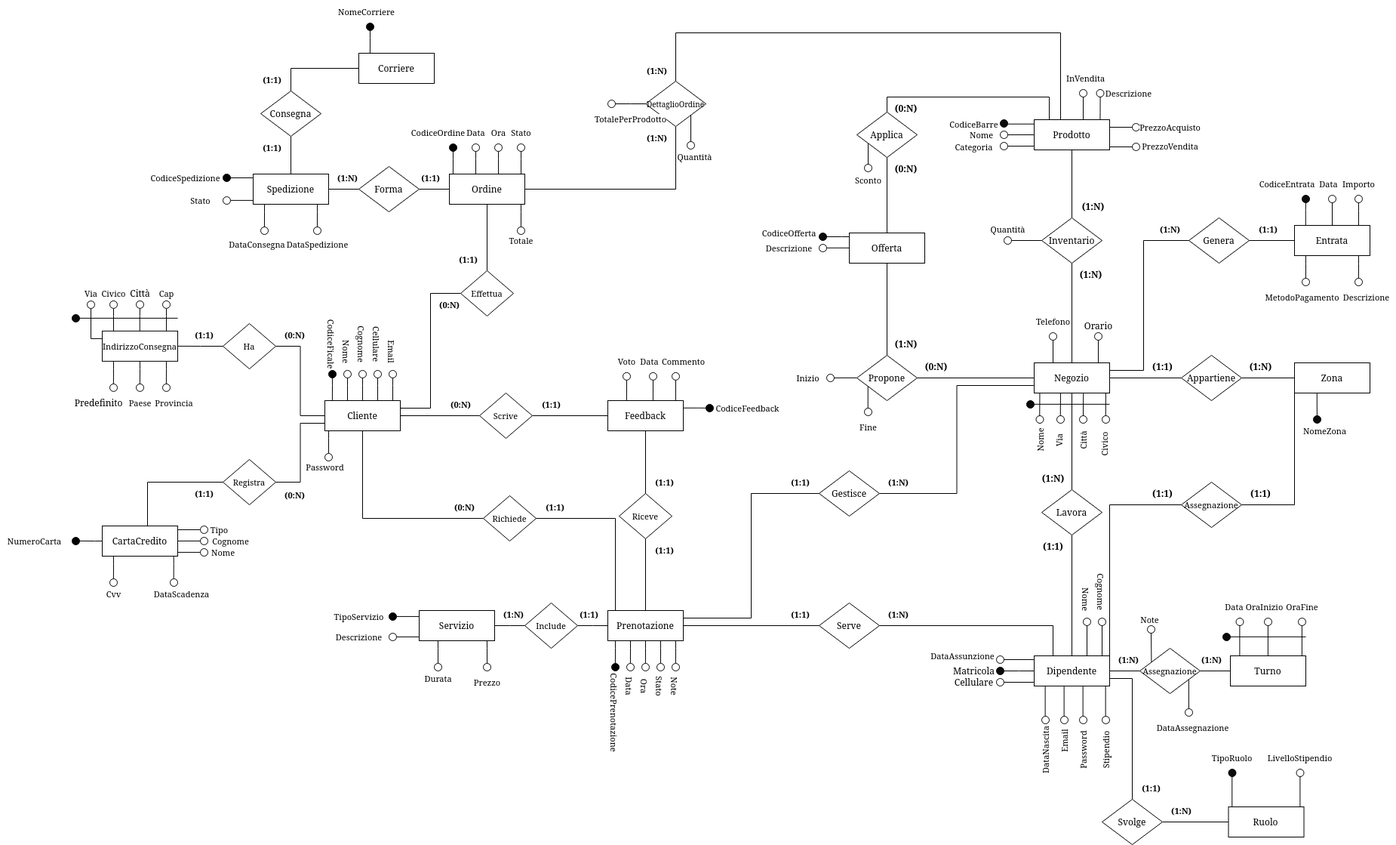
This is fase_due/images/er_finale.png from IonutZbir/ProgettoDatabase, a draw.io export, as it was before one commit. Source tidied: cells renumbered, new cells last; positions are measured from the earlier drawing's top-left corner, leaving out a move shared by most shapes.
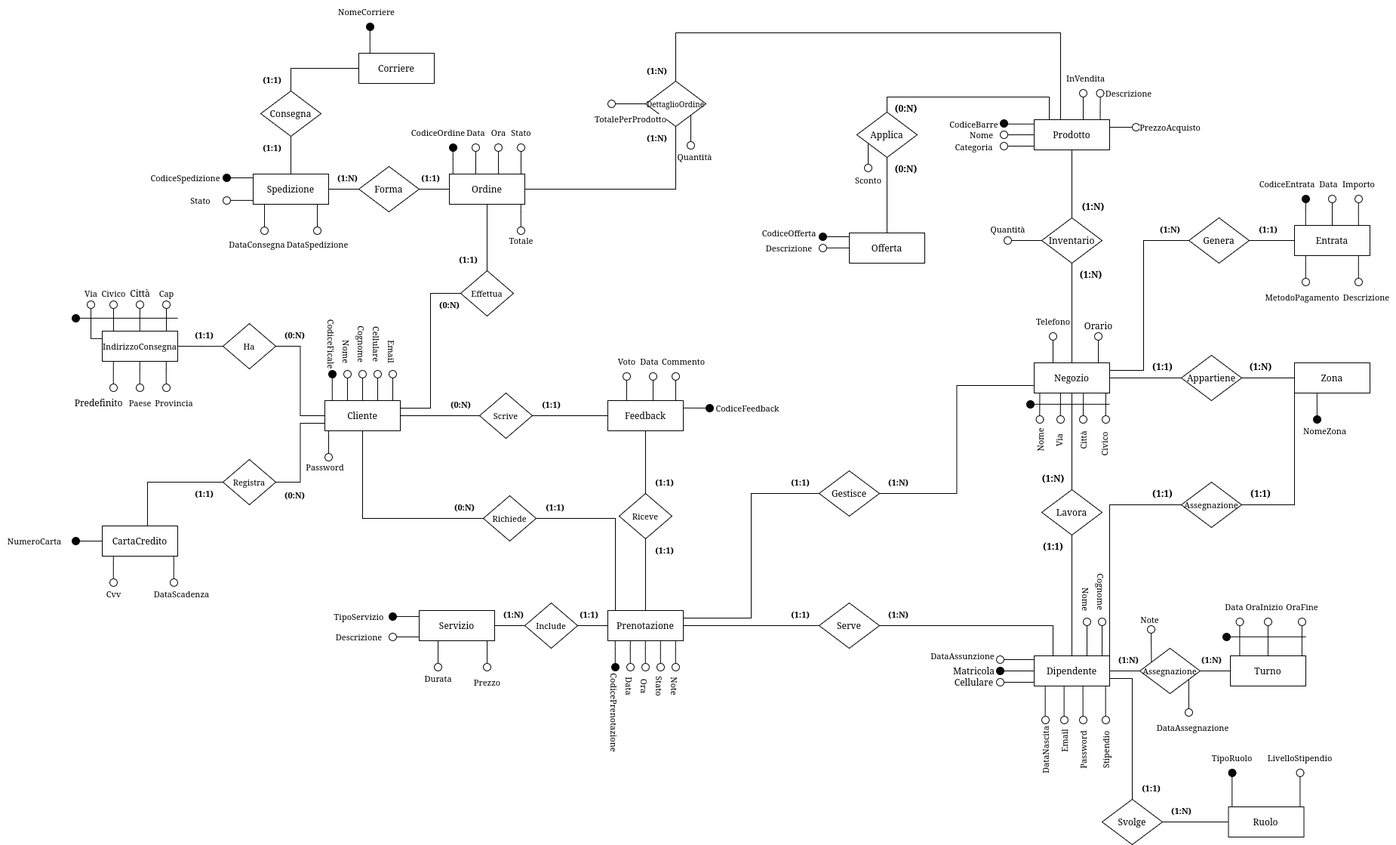
Later version of the same file.

Change to the diagram source:
```diff
@@ -34,18 +34,6 @@
         </Array>
       </mxGeometry>
     </mxCell>
-    <mxCell id="9" style="edgeStyle=none;shape=connector;rounded=0;orthogonalLoop=1;jettySize=auto;html=1;exitX=0;exitY=0.75;exitDx=0;exitDy=0;strokeColor=default;align=center;verticalAlign=middle;fontFamily=Helvetica;fontSize=11;fontColor=default;labelBackgroundColor=default;endArrow=none;" parent="1" edge="1">
-      <mxGeometry relative="1" as="geometry">
-        <mxPoint x="1135" y="499.9" as="sourcePoint" />
-        <mxPoint x="1105" y="499.9" as="targetPoint" />
-      </mxGeometry>
-    </mxCell>
-    <mxCell id="10" style="edgeStyle=none;shape=connector;rounded=0;orthogonalLoop=1;jettySize=auto;html=1;exitX=0.25;exitY=1;exitDx=0;exitDy=0;strokeColor=default;align=center;verticalAlign=middle;fontFamily=Helvetica;fontSize=11;fontColor=default;labelBackgroundColor=default;endArrow=none;" parent="1" edge="1">
-      <mxGeometry relative="1" as="geometry">
-        <mxPoint x="1149.8" y="510" as="sourcePoint" />
-        <mxPoint x="1149.7" y="540" as="targetPoint" />
-      </mxGeometry>
-    </mxCell>
     <mxCell id="11" style="edgeStyle=none;shape=connector;rounded=0;orthogonalLoop=1;jettySize=auto;html=1;exitX=0.75;exitY=1;exitDx=0;exitDy=0;strokeColor=default;align=center;verticalAlign=middle;fontFamily=Helvetica;fontSize=11;fontColor=default;labelBackgroundColor=default;endArrow=none;" parent="1" edge="1">
       <mxGeometry relative="1" as="geometry">
         <mxPoint x="1150" y="189" as="sourcePoint" />
@@ -78,24 +66,9 @@
         <mxPoint x="1470" y="168" as="sourcePoint" />
       </mxGeometry>
     </mxCell>
-    <mxCell id="17" value="Propone" style="shape=rhombus;perimeter=rhombusPerimeter;whiteSpace=wrap;html=1;align=center;" parent="1" vertex="1">
-      <mxGeometry x="1135" y="470" width="80" height="60" as="geometry" />
-    </mxCell>
     <mxCell id="18" value="(1:N)" style="text;html=1;align=center;verticalAlign=middle;strokeColor=none;fillColor=none;fontStyle=1;" parent="1" vertex="1">
       <mxGeometry x="1422.5" y="258" width="50" height="30" as="geometry" />
     </mxCell>
-    <mxCell id="19" value="(1:N)" style="text;html=1;align=center;verticalAlign=middle;strokeColor=none;fillColor=none;fontStyle=1;" parent="1" vertex="1">
-      <mxGeometry x="1175" y="440" width="50" height="30" as="geometry" />
-    </mxCell>
-    <mxCell id="20" value="(0:N)" style="text;html=1;align=center;verticalAlign=middle;strokeColor=none;fillColor=none;fontStyle=1;" parent="1" vertex="1">
-      <mxGeometry x="1215" y="470" width="50" height="30" as="geometry" />
-    </mxCell>
-    <mxCell id="21" style="endArrow=none;html=1;rounded=0;exitX=1;exitY=0.5;exitDx=0;exitDy=0;entryX=0;entryY=0.5;entryDx=0;entryDy=0;" parent="1" edge="1" source="17" target="7">
-      <mxGeometry relative="1" as="geometry" />
-    </mxCell>
-    <mxCell id="22" style="endArrow=none;html=1;rounded=0;exitX=0.5;exitY=0;exitDx=0;exitDy=0;entryX=0.5;entryY=1;entryDx=0;entryDy=0;" parent="1" edge="1" source="17" target="12">
-      <mxGeometry relative="1" as="geometry" />
-    </mxCell>
     <mxCell id="23" value="Applica" style="shape=rhombus;perimeter=rhombusPerimeter;whiteSpace=wrap;html=1;align=center;" parent="1" vertex="1">
       <mxGeometry x="1135" y="148" width="80" height="60" as="geometry" />
     </mxCell>
@@ -134,12 +107,6 @@
     <mxCell id="34" value="CodiceOfferta" style="text;html=1;align=center;verticalAlign=middle;strokeColor=none;fillColor=none;fontFamily=Helvetica;fontSize=11;fontColor=default;labelBackgroundColor=default;" parent="1" vertex="1">
       <mxGeometry x="995" y="293" width="100" height="30" as="geometry" />
     </mxCell>
-    <mxCell id="35" value="Inizio" style="text;html=1;align=center;verticalAlign=middle;strokeColor=none;fillColor=none;fontFamily=Helvetica;fontSize=11;fontColor=default;labelBackgroundColor=default;" parent="1" vertex="1">
-      <mxGeometry x="1045" y="485" width="50" height="30" as="geometry" />
-    </mxCell>
-    <mxCell id="36" value="Fine" style="text;html=1;align=center;verticalAlign=middle;strokeColor=none;fillColor=none;fontFamily=Helvetica;fontSize=11;fontColor=default;labelBackgroundColor=default;" parent="1" vertex="1">
-      <mxGeometry x="1125" y="550" width="50" height="30" as="geometry" />
-    </mxCell>
     <mxCell id="37" value="Sconto" style="text;html=1;align=center;verticalAlign=middle;strokeColor=none;fillColor=none;fontFamily=Helvetica;fontSize=11;fontColor=default;labelBackgroundColor=default;" parent="1" vertex="1">
       <mxGeometry x="1120" y="223" width="60" height="30" as="geometry" />
     </mxCell>
@@ -155,12 +122,6 @@
     <mxCell id="40" value="Descrizione" style="text;html=1;align=center;verticalAlign=middle;strokeColor=none;fillColor=none;fontFamily=Helvetica;fontSize=11;fontColor=default;labelBackgroundColor=default;" parent="1" vertex="1">
       <mxGeometry x="1005" y="313" width="80" height="30" as="geometry" />
     </mxCell>
-    <mxCell id="41" style="ellipse;whiteSpace=wrap;html=1;fontFamily=Helvetica;fontSize=11;fontColor=default;labelBackgroundColor=default;fillColor=none;" parent="1" vertex="1">
-      <mxGeometry x="1095" y="495" width="10" height="10" as="geometry" />
-    </mxCell>
-    <mxCell id="42" style="ellipse;whiteSpace=wrap;html=1;fontFamily=Helvetica;fontSize=11;fontColor=default;labelBackgroundColor=default;fillColor=none;" parent="1" vertex="1">
-      <mxGeometry x="1145" y="540" width="10" height="10" as="geometry" />
-    </mxCell>
     <mxCell id="43" style="ellipse;whiteSpace=wrap;html=1;fontFamily=Helvetica;fontSize=11;fontColor=default;labelBackgroundColor=default;fillColor=none;" parent="1" vertex="1">
       <mxGeometry x="1145" y="217" width="10" height="10" as="geometry" />
     </mxCell>
@@ -367,17 +328,6 @@
     <mxCell id="91" style="ellipse;whiteSpace=wrap;html=1;fontFamily=Helvetica;fontSize=11;fontColor=default;labelBackgroundColor=default;fillColor=none;" parent="1" vertex="1">
       <mxGeometry x="1452.5" y="118" width="10" height="10" as="geometry" />
     </mxCell>
-    <mxCell id="92" style="edgeStyle=orthogonalEdgeStyle;shape=connector;rounded=0;jettySize=auto;html=1;strokeColor=default;align=center;verticalAlign=middle;fontFamily=Helvetica;fontSize=11;fontColor=default;labelBackgroundColor=default;endArrow=none;endFill=0;entryX=0;entryY=0.5;entryDx=0;entryDy=0;" parent="1" edge="1" target="93">
-      <mxGeometry relative="1" as="geometry">
-        <mxPoint x="1470" y="194" as="sourcePoint" />
-      </mxGeometry>
-    </mxCell>
-    <mxCell id="93" style="ellipse;whiteSpace=wrap;html=1;fontFamily=Helvetica;fontSize=11;fontColor=default;labelBackgroundColor=default;fillColor=none;" parent="1" vertex="1">
-      <mxGeometry x="1500" y="189" width="10" height="10" as="geometry" />
-    </mxCell>
-    <mxCell id="94" value="PrezzoVendita" style="text;html=1;align=center;verticalAlign=middle;strokeColor=none;fillColor=none;fontFamily=Helvetica;fontSize=11;fontColor=default;labelBackgroundColor=default;" parent="1" vertex="1">
-      <mxGeometry x="1505" y="178" width="90" height="30" as="geometry" />
-    </mxCell>
     <mxCell id="95" style="edgeStyle=orthogonalEdgeStyle;shape=connector;rounded=0;orthogonalLoop=1;jettySize=auto;html=1;exitX=0.5;exitY=0;exitDx=0;exitDy=0;strokeColor=default;align=center;verticalAlign=middle;fontFamily=Helvetica;fontSize=11;fontColor=default;labelBackgroundColor=default;endArrow=none;endFill=0;" parent="1" edge="1">
       <mxGeometry relative="1" as="geometry">
         <mxPoint x="1435" y="158" as="sourcePoint" />
@@ -1026,12 +976,6 @@
     <mxCell id="255" value="Cliente" style="whiteSpace=wrap;html=1;align=center;" parent="1" vertex="1">
       <mxGeometry x="430" y="530" width="100" height="40" as="geometry" />
     </mxCell>
-    <mxCell id="256" style="edgeStyle=orthogonalEdgeStyle;shape=connector;rounded=0;orthogonalLoop=1;jettySize=auto;html=1;strokeColor=default;align=center;verticalAlign=middle;fontFamily=Helvetica;fontSize=11;fontColor=default;labelBackgroundColor=default;endArrow=none;endFill=0;" parent="1" edge="1">
-      <mxGeometry relative="1" as="geometry">
-        <mxPoint x="235" y="701" as="sourcePoint" />
-        <mxPoint x="265" y="701" as="targetPoint" />
-      </mxGeometry>
-    </mxCell>
     <mxCell id="257" style="edgeStyle=orthogonalEdgeStyle;shape=connector;rounded=0;jettySize=auto;html=1;entryX=0;entryY=0.5;entryDx=0;entryDy=0;strokeColor=default;align=center;verticalAlign=middle;fontFamily=Helvetica;fontSize=11;fontColor=default;labelBackgroundColor=default;endArrow=none;endFill=0;" parent="1" edge="1" source="258" target="264">
       <mxGeometry relative="1" as="geometry">
         <Array as="points">
@@ -1309,36 +1253,6 @@
     <mxCell id="313" value="Cvv" style="text;html=1;align=center;verticalAlign=middle;strokeColor=none;fillColor=none;fontFamily=Helvetica;fontSize=11;fontColor=default;labelBackgroundColor=default;" parent="1" vertex="1">
       <mxGeometry x="130" y="771" width="40" height="30" as="geometry" />
     </mxCell>
-    <mxCell id="314" style="ellipse;whiteSpace=wrap;html=1;fontFamily=Helvetica;fontSize=11;fontColor=default;labelBackgroundColor=default;" parent="1" vertex="1">
-      <mxGeometry x="265" y="696" width="10" height="10" as="geometry" />
-    </mxCell>
-    <mxCell id="315" value="Tipo" style="text;html=1;align=center;verticalAlign=middle;strokeColor=none;fillColor=none;fontFamily=Helvetica;fontSize=11;fontColor=default;labelBackgroundColor=default;" parent="1" vertex="1">
-      <mxGeometry x="270" y="686" width="40" height="30" as="geometry" />
-    </mxCell>
-    <mxCell id="316" style="edgeStyle=orthogonalEdgeStyle;shape=connector;rounded=0;orthogonalLoop=1;jettySize=auto;html=1;strokeColor=default;align=center;verticalAlign=middle;fontFamily=Helvetica;fontSize=11;fontColor=default;labelBackgroundColor=default;endArrow=none;endFill=0;" parent="1" edge="1">
-      <mxGeometry relative="1" as="geometry">
-        <mxPoint x="235" y="730.9" as="sourcePoint" />
-        <mxPoint x="265" y="730.9" as="targetPoint" />
-      </mxGeometry>
-    </mxCell>
-    <mxCell id="317" style="ellipse;whiteSpace=wrap;html=1;fontFamily=Helvetica;fontSize=11;fontColor=default;labelBackgroundColor=default;" parent="1" vertex="1">
-      <mxGeometry x="265" y="726" width="10" height="10" as="geometry" />
-    </mxCell>
-    <mxCell id="318" value="Nome" style="text;html=1;align=center;verticalAlign=middle;strokeColor=none;fillColor=none;fontFamily=Helvetica;fontSize=11;fontColor=default;labelBackgroundColor=default;" parent="1" vertex="1">
-      <mxGeometry x="270" y="716" width="50" height="30" as="geometry" />
-    </mxCell>
-    <mxCell id="319" style="edgeStyle=orthogonalEdgeStyle;shape=connector;rounded=0;orthogonalLoop=1;jettySize=auto;html=1;strokeColor=default;align=center;verticalAlign=middle;fontFamily=Helvetica;fontSize=11;fontColor=default;labelBackgroundColor=default;endArrow=none;endFill=0;" parent="1" edge="1">
-      <mxGeometry relative="1" as="geometry">
-        <mxPoint x="235" y="715.9" as="sourcePoint" />
-        <mxPoint x="265" y="715.9" as="targetPoint" />
-      </mxGeometry>
-    </mxCell>
-    <mxCell id="320" style="ellipse;whiteSpace=wrap;html=1;fontFamily=Helvetica;fontSize=11;fontColor=default;labelBackgroundColor=default;" parent="1" vertex="1">
-      <mxGeometry x="265" y="711" width="10" height="10" as="geometry" />
-    </mxCell>
-    <mxCell id="321" value="Cognome" style="text;html=1;align=center;verticalAlign=middle;strokeColor=none;fillColor=none;fontFamily=Helvetica;fontSize=11;fontColor=default;labelBackgroundColor=default;" parent="1" vertex="1">
-      <mxGeometry x="270" y="701" width="70" height="30" as="geometry" />
-    </mxCell>
     <mxCell id="322" style="edgeStyle=orthogonalEdgeStyle;shape=connector;rounded=0;orthogonalLoop=1;jettySize=auto;html=1;exitX=0.25;exitY=0;exitDx=0;exitDy=0;strokeColor=default;align=center;verticalAlign=middle;fontFamily=Helvetica;fontSize=11;fontColor=default;labelBackgroundColor=default;endArrow=none;endFill=0;" parent="1" edge="1">
       <mxGeometry relative="1" as="geometry">
         <mxPoint x="149.9" y="766" as="sourcePoint" />
```
